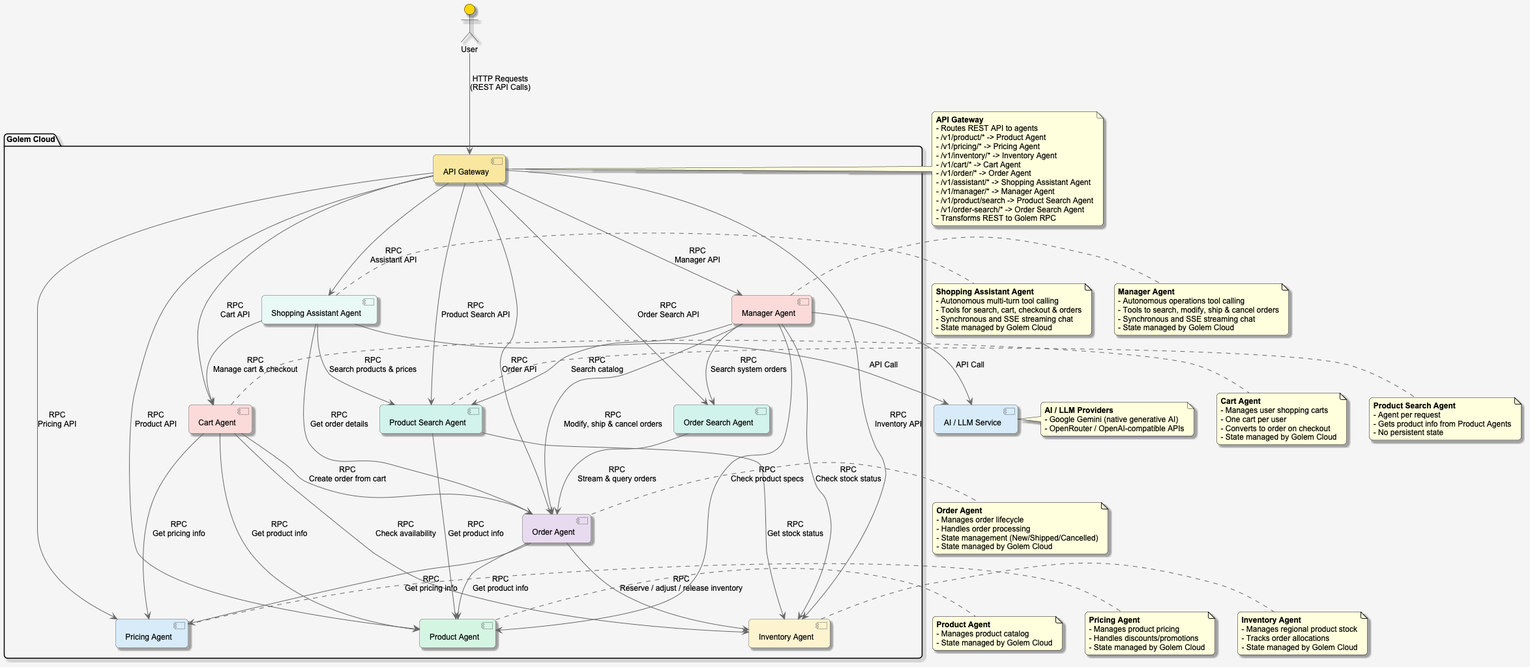
Earlier version of the PlantUML export architecture.png (justcoon/golem-shopping-rust).
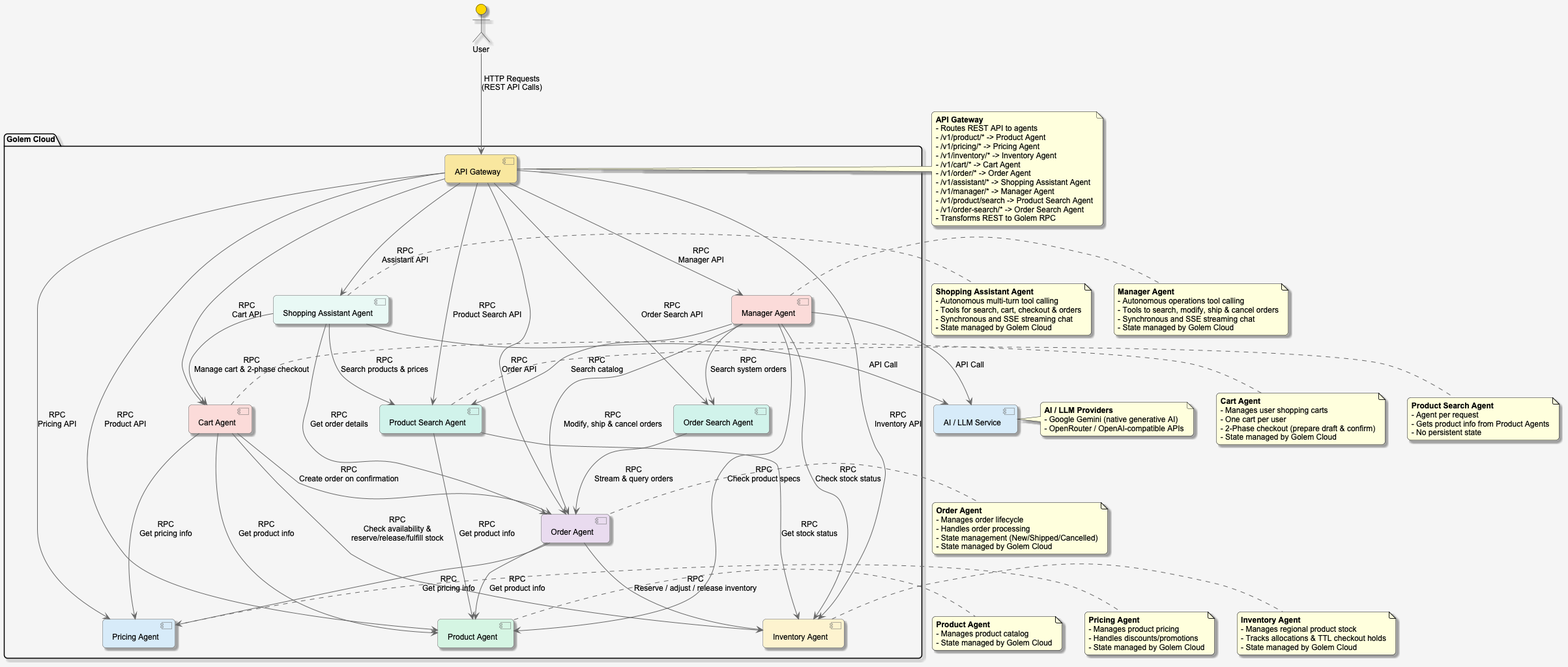
The same file after the commit.

Diff of the diagram source:
```diff
@@ -41,8 +41,8 @@
 
 cart --> product : "RPC\nGet product info"
 cart --> pricing : "RPC\nGet pricing info"
-cart --> inventory : "RPC\nCheck availability"
-cart --> order : "RPC\nCreate order from cart"
+cart --> inventory : "RPC\nCheck availability &\nreserve/release/fulfill stock"
+cart --> order : "RPC\nCreate order on confirmation"
 order --> product : "RPC\nGet product info"
 order --> pricing : "RPC\nGet pricing info"
 order --> inventory : "RPC\nReserve / adjust / release inventory"
@@ -50,7 +50,7 @@
 product_search --> inventory : "RPC\nGet stock status"
 
 assistant --> product_search : "RPC\nSearch products & prices"
-assistant --> cart : "RPC\nManage cart & checkout"
+assistant --> cart : "RPC\nManage cart & 2-phase checkout"
 assistant --> order : "RPC\nGet order details"
 
 order_search --> order : "RPC\nStream & query orders"
@@ -95,7 +95,7 @@
 note right of inventory
   <b>Inventory Agent</b>
   - Manages regional product stock
-  - Tracks order allocations
+  - Tracks allocations & TTL checkout holds
   - State managed by Golem Cloud
 end note
 
@@ -103,7 +103,7 @@
   <b>Cart Agent</b>
   - Manages user shopping carts
   - One cart per user
-  - Converts to order on checkout
+  - 2-Phase checkout (prepare draft & confirm)
   - State managed by Golem Cloud
 end note
 
```
